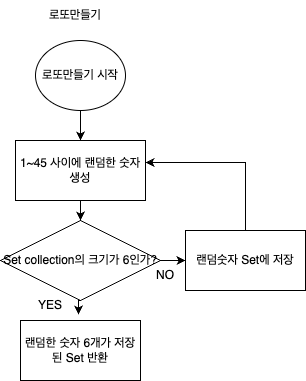
yagom-academy/swift-starter-Round2 keeps this draw.io diagram as lotto_flowchart.png. Above is the earlier version. Source tidied: cells renumbered, new cells last; positions are measured from the earlier drawing's top-left corner, leaving out a move shared by most shapes.
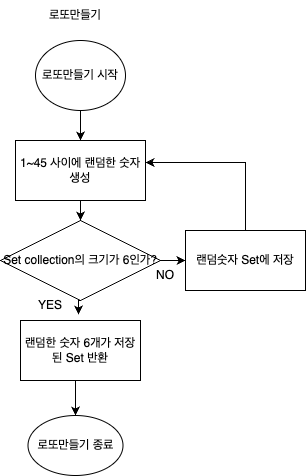
Later version of the same file.

Commit message:
chore: 순서도 종료 터미널 추가

What changed in the source:
```diff
@@ -39,11 +39,17 @@
     <mxCell id="12" value="NO" style="text;html=1;strokeColor=none;fillColor=none;align=center;verticalAlign=middle;whiteSpace=wrap;rounded=0;" parent="1" vertex="1">
       <mxGeometry x="135" y="260" width="60" height="30" as="geometry" />
     </mxCell>
+    <mxCell id="15" style="edgeStyle=orthogonalEdgeStyle;rounded=0;jettySize=auto;html=1;exitX=0.5;exitY=1;exitDx=0;exitDy=0;entryX=0.5;entryY=0;entryDx=0;entryDy=0;" parent="1" edge="1" source="13" target="16">
+      <mxGeometry relative="1" as="geometry" />
+    </mxCell>
     <mxCell id="13" value="랜덤한 숫자 6개가 저장된 Set 반환" style="rounded=0;whiteSpace=wrap;html=1;" parent="1" vertex="1">
       <mxGeometry x="20" y="320" width="120" height="60" as="geometry" />
     </mxCell>
     <mxCell id="14" value="YES" style="text;html=1;strokeColor=none;fillColor=none;align=center;verticalAlign=middle;whiteSpace=wrap;rounded=0;" parent="1" vertex="1">
       <mxGeometry x="20" y="290" width="60" height="30" as="geometry" />
     </mxCell>
+    <mxCell id="16" value="로또만들기 종료" style="ellipse;whiteSpace=wrap;html=1;" parent="1" vertex="1">
+      <mxGeometry x="27.5" y="415" width="95" height="60" as="geometry" />
+    </mxCell>
   </root>
 </mxGraphModel>
```
